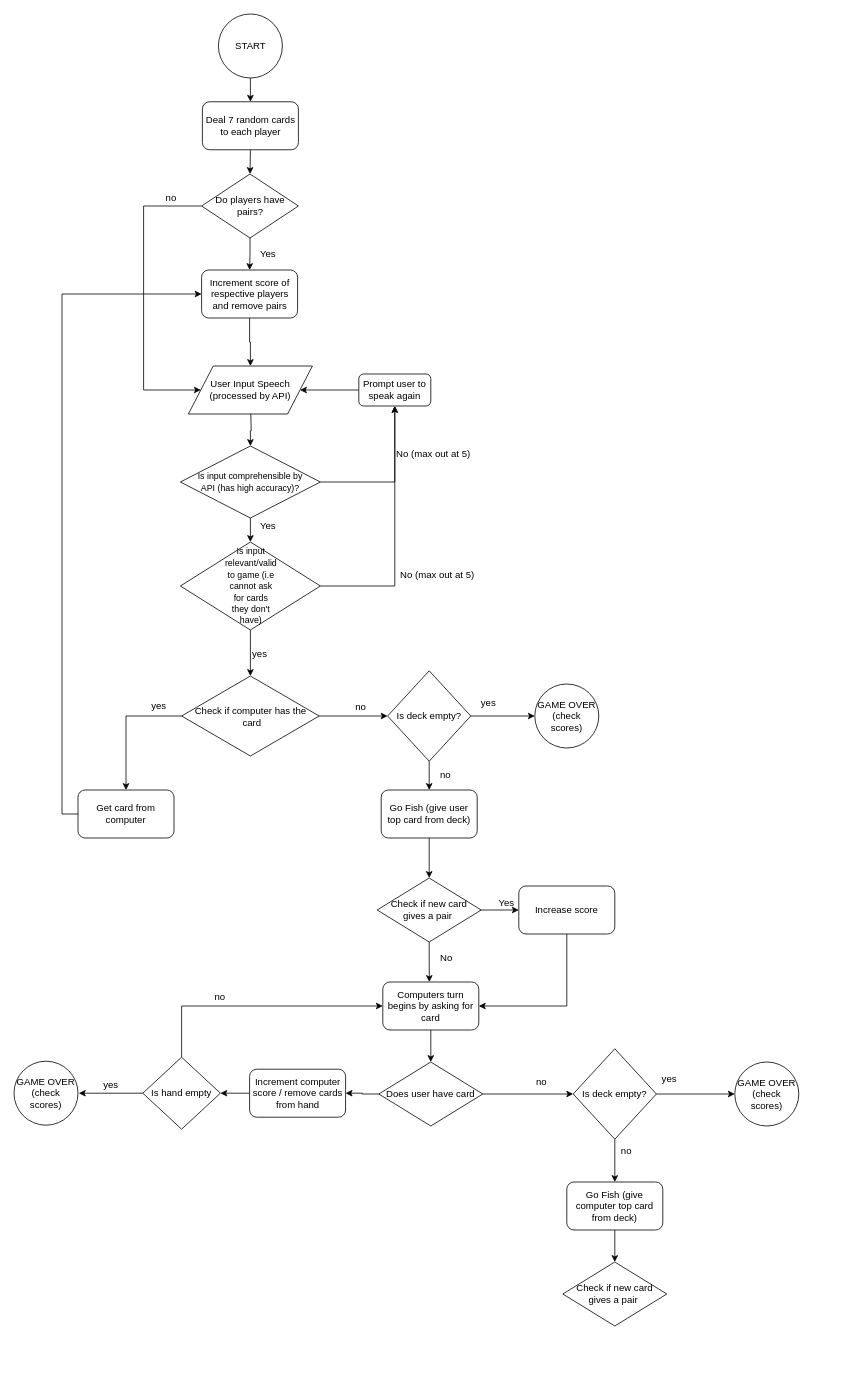
Before: Go Fish Game Flow.drawio in isobonja/CS-321-Project, a draw.io diagram. Source tidied: cells renumbered, new cells numbered last; positions are measured from the earlier drawing's top-left corner, leaving out a move shared by most shapes. Both pictures are drawn from the tidied source at 80%, with x=0, y=0 at pixel (14, 14).
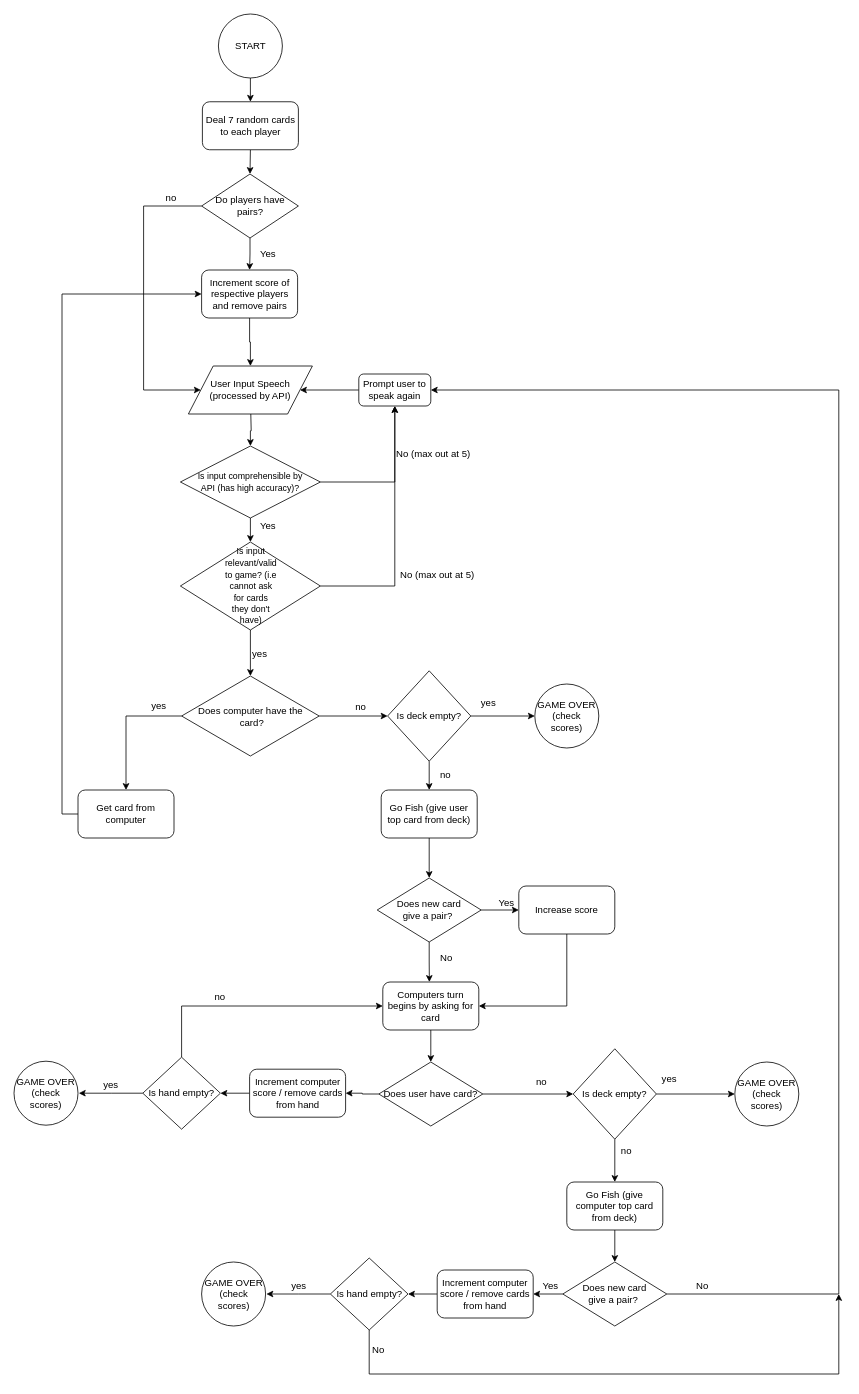
Above is the later version.

The change refers to these unchanged cells:
```xml
<mxCell id="17" value="Prompt user to speak again" style="rounded=1;whiteSpace=wrap;html=1;" parent="1" vertex="1">
  <mxGeometry x="431" y="450" width="90" height="40" as="geometry" />
</mxCell>
```

Diff of the diagram source:
```diff
@@
-    <mxCell id="14" value="&lt;span style=&quot;font-size: 11px ; white-space: normal&quot;&gt;Is input relevant/valid to game (i.e cannot ask for cards they don't have)&lt;br&gt;&lt;/span&gt;" style="text;html=1;align=center;verticalAlign=middle;fillColor=none;strokeColor=none;rounded=0;" parent="1" vertex="1">
-      <mxGeometry x="116" y="705" width="360" height="20" as="geometry" />
+    <mxCell id="14" value="&lt;span style=&quot;font-size: 11px ; white-space: normal&quot;&gt;Is input relevant/valid to game? (i.e cannot ask for cards they don't have)&lt;br&gt;&lt;/span&gt;" style="text;html=1;align=center;verticalAlign=middle;fillColor=none;strokeColor=none;rounded=0;" parent="1" vertex="1">
+      <mxGeometry x="111" y="705" width="370" height="20" as="geometry" />
     </mxCell>
@@
-    <mxCell id="21" value="Check if computer has the&lt;br&gt;&amp;nbsp;card" style="rhombus;whiteSpace=wrap;html=1;" parent="1" vertex="1">
+    <mxCell id="21" value="Does computer have the&lt;br&gt;&amp;nbsp;card?" style="rhombus;whiteSpace=wrap;html=1;" parent="1" vertex="1">
       <mxGeometry x="209.5" y="827.5" width="172" height="100" as="geometry" />
     </mxCell>
@@
-    <mxCell id="46" value="Check if new card &lt;br&gt;gives a pair&amp;nbsp;" style="rhombus;whiteSpace=wrap;html=1;" parent="1" vertex="1">
+    <mxCell id="46" value="Does new card &lt;br&gt;give a pair?&amp;nbsp;" style="rhombus;whiteSpace=wrap;html=1;" parent="1" vertex="1">
       <mxGeometry x="454" y="1080" width="130" height="80" as="geometry" />
     </mxCell>
@@
-    <mxCell id="55" value="Does user have card" style="rhombus;whiteSpace=wrap;html=1;" parent="1" vertex="1">
+    <mxCell id="55" value="Does user have card?" style="rhombus;whiteSpace=wrap;html=1;" parent="1" vertex="1">
       <mxGeometry x="456" y="1310" width="130" height="80" as="geometry" />
     </mxCell>
@@
-    <mxCell id="60" value="Is hand empty" style="rhombus;whiteSpace=wrap;html=1;" parent="1" vertex="1">
+    <mxCell id="60" value="Is hand empty?" style="rhombus;whiteSpace=wrap;html=1;" parent="1" vertex="1">
       <mxGeometry x="161" y="1304" width="97" height="90" as="geometry" />
     </mxCell>
@@
+    <mxCell id="74" style="edgeStyle=orthogonalEdgeStyle;rounded=0;jettySize=auto;html=1;exitX=0;exitY=0.5;exitDx=0;exitDy=0;entryX=1;entryY=0.5;entryDx=0;entryDy=0;" parent="1" edge="1" source="73" target="77">
+      <mxGeometry relative="1" as="geometry" />
+    </mxCell>
+    <mxCell id="75" style="edgeStyle=orthogonalEdgeStyle;rounded=0;jettySize=auto;html=1;exitX=1;exitY=0.5;exitDx=0;exitDy=0;entryX=1;entryY=0.5;entryDx=0;entryDy=0;" parent="1" edge="1" source="73" target="17">
+      <mxGeometry relative="1" as="geometry">
+        <Array as="points">
+          <mxPoint x="1031" y="1600" />
+          <mxPoint x="1031" y="470" />
+        </Array>
+      </mxGeometry>
+    </mxCell>
-    <mxCell id="73" value="Check if new card &lt;br&gt;gives a pair&amp;nbsp;" style="rhombus;whiteSpace=wrap;html=1;" parent="1" vertex="1">
+    <mxCell id="73" value="Does new card &lt;br&gt;give a pair?&amp;nbsp;" style="rhombus;whiteSpace=wrap;html=1;" parent="1" vertex="1">
       <mxGeometry x="686" y="1560" width="130" height="80" as="geometry" />
     </mxCell>
+    <mxCell id="76" style="edgeStyle=orthogonalEdgeStyle;rounded=0;jettySize=auto;html=1;exitX=0;exitY=0.5;exitDx=0;exitDy=0;entryX=1;entryY=0.5;entryDx=0;entryDy=0;" parent="1" edge="1" source="77" target="80">
+      <mxGeometry relative="1" as="geometry" />
+    </mxCell>
+    <mxCell id="77" value="Increment computer score / remove cards from hand" style="rounded=1;whiteSpace=wrap;html=1;" parent="1" vertex="1">
+      <mxGeometry x="529" y="1570" width="120" height="60" as="geometry" />
+    </mxCell>
+    <mxCell id="78" style="edgeStyle=orthogonalEdgeStyle;rounded=0;jettySize=auto;html=1;" parent="1" edge="1" source="80">
+      <mxGeometry relative="1" as="geometry">
+        <mxPoint x="315.5" y="1600" as="targetPoint" />
+      </mxGeometry>
+    </mxCell>
+    <mxCell id="79" style="edgeStyle=orthogonalEdgeStyle;rounded=0;jettySize=auto;html=1;exitX=0.5;exitY=1;exitDx=0;exitDy=0;" parent="1" edge="1" source="80">
+      <mxGeometry relative="1" as="geometry">
+        <mxPoint x="1031" y="1600" as="targetPoint" />
+        <Array as="points">
+          <mxPoint x="444" y="1700" />
+          <mxPoint x="1031" y="1700" />
+        </Array>
+      </mxGeometry>
+    </mxCell>
+    <mxCell id="80" value="Is hand empty?" style="rhombus;whiteSpace=wrap;html=1;" parent="1" vertex="1">
+      <mxGeometry x="395.5" y="1555" width="97" height="90" as="geometry" />
+    </mxCell>
+    <mxCell id="81" value="yes" style="text;html=1;align=left;verticalAlign=top;spacingTop=-4;" parent="1" vertex="1">
+      <mxGeometry x="344.5" y="1580" width="30" height="20" as="geometry" />
+    </mxCell>
+    <mxCell id="82" value="GAME OVER (check scores)" style="ellipse;whiteSpace=wrap;html=1;" parent="1" vertex="1">
+      <mxGeometry x="234.5" y="1560" width="80" height="80" as="geometry" />
+    </mxCell>
+    <mxCell id="83" value="No" style="text;html=1;align=left;verticalAlign=top;spacingTop=-4;" parent="1" vertex="1">
+      <mxGeometry x="851" y="1580" width="30" height="20" as="geometry" />
+    </mxCell>
+    <mxCell id="84" value="Yes" style="text;html=1;align=left;verticalAlign=top;spacingTop=-4;" parent="1" vertex="1">
+      <mxGeometry x="659" y="1580" width="40" height="20" as="geometry" />
+    </mxCell>
+    <mxCell id="85" value="No" style="text;html=1;align=left;verticalAlign=top;spacingTop=-4;" parent="1" vertex="1">
+      <mxGeometry x="446" y="1660" width="30" height="20" as="geometry" />
+    </mxCell>
```
